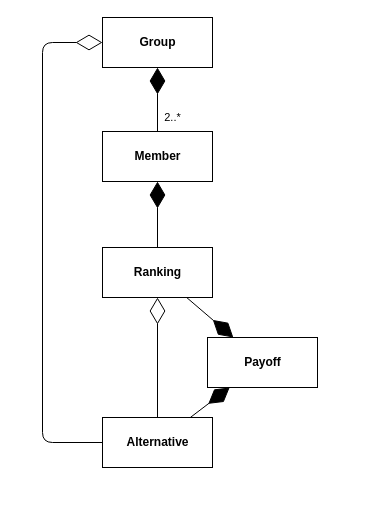
flaudanum/consensus keeps this draw.io diagram as docs/domain-model.drawio. Above is the earlier version. Source tidied: cells renumbered, new cells numbered last; positions are measured from the earlier drawing's top-left corner, leaving out a move shared by most shapes. Both pictures are drawn from the tidied source at 100%, with x=0, y=0 at pixel (42, 17).
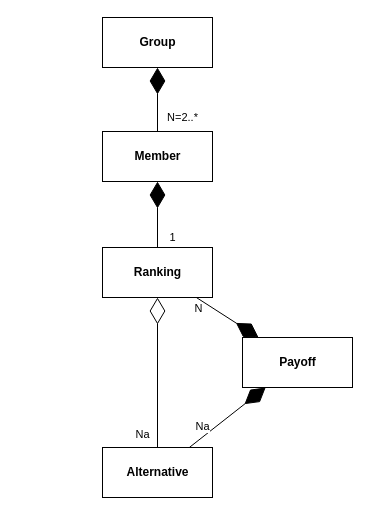
The same page after the edit.

Change to the diagram source:
```diff
@@
 <mxGraphModel>
   <root>
     <mxCell id="0" />
     <mxCell id="1" parent="0" />
     <mxCell id="2" value="&lt;b&gt;Member&lt;/b&gt;" style="html=1;" parent="1" vertex="1">
       <mxGeometry x="60" y="114" width="110" height="50" as="geometry" />
     </mxCell>
-    <mxCell id="3" style="edgeStyle=none;jettySize=auto;html=1;endArrow=diamondThin;endFill=0;endSize=24;" parent="1" edge="1" source="5" target="9">
-      <mxGeometry relative="1" as="geometry" />
+    <mxCell id="3" value="Na" style="edgeStyle=none;jettySize=auto;html=1;endArrow=diamondThin;endFill=0;endSize=24;" parent="1" edge="1" source="5" target="9">
+      <mxGeometry x="-0.83" y="15" relative="1" as="geometry" />
     </mxCell>
-    <mxCell id="4" style="edgeStyle=none;jettySize=auto;html=1;endArrow=diamondThin;endFill=1;endSize=24;" parent="1" edge="1" source="5" target="11">
-      <mxGeometry relative="1" as="geometry" />
+    <mxCell id="4" value="Na" style="edgeStyle=none;jettySize=auto;html=1;endArrow=diamondThin;endFill=1;endSize=24;" parent="1" edge="1" source="5" target="11">
+      <mxGeometry x="-0.53" y="8" relative="1" as="geometry" />
     </mxCell>
     <mxCell id="5" value="&lt;b&gt;Alternative&lt;/b&gt;" style="html=1;" parent="1" vertex="1">
-      <mxGeometry x="60" y="400" width="110" height="50" as="geometry" />
+      <mxGeometry x="60" y="430" width="110" height="50" as="geometry" />
     </mxCell>
     <mxCell id="6" value="&lt;b&gt;Group&lt;/b&gt;" style="html=1;" parent="1" vertex="1">
       <mxGeometry x="60" width="110" height="50" as="geometry" />
     </mxCell>
-    <mxCell id="7" style="edgeStyle=none;jettySize=auto;html=1;endArrow=diamondThin;endFill=1;endSize=24;" parent="1" edge="1" source="9" target="2">
-      <mxGeometry relative="1" as="geometry" />
+    <mxCell id="7" value="1" style="edgeStyle=none;jettySize=auto;html=1;endArrow=diamondThin;endFill=1;endSize=24;" parent="1" edge="1" source="9" target="2">
+      <mxGeometry x="-0.7" y="-15" relative="1" as="geometry" />
     </mxCell>
-    <mxCell id="8" style="edgeStyle=none;jettySize=auto;html=1;endArrow=diamondThin;endFill=1;endSize=24;" parent="1" edge="1" source="9" target="11">
-      <mxGeometry relative="1" as="geometry" />
+    <mxCell id="8" value="N" style="edgeStyle=none;jettySize=auto;html=1;endArrow=diamondThin;endFill=1;endSize=24;" parent="1" edge="1" source="9" target="11">
+      <mxGeometry x="-0.79" y="-8" relative="1" as="geometry" />
     </mxCell>
     <mxCell id="9" value="&lt;b&gt;Ranking&lt;/b&gt;" style="html=1;" parent="1" vertex="1">
       <mxGeometry x="60" y="230" width="110" height="50" as="geometry" />
     </mxCell>
-    <mxCell id="10" value="2..*" style="endArrow=diamondThin;endFill=1;endSize=24;html=1;" parent="1" edge="1" source="2" target="6">
-      <mxGeometry x="-0.56" y="-15" relative="1" as="geometry" />
+    <mxCell id="10" value="N=2..*" style="endArrow=diamondThin;endFill=1;endSize=24;html=1;" parent="1" edge="1" source="2" target="6">
+      <mxGeometry x="-0.56" y="-25" relative="1" as="geometry" />
     </mxCell>
     <mxCell id="11" value="&lt;b&gt;Payoff&lt;/b&gt;" style="html=1;" parent="1" vertex="1">
-      <mxGeometry x="165" y="320" width="110" height="50" as="geometry" />
+      <mxGeometry x="200" y="320" width="110" height="50" as="geometry" />
     </mxCell>
-    <mxCell id="12" style="edgeStyle=none;jettySize=auto;html=1;endArrow=diamondThin;endFill=0;endSize=24;" parent="1" edge="1" source="5" target="6">
-      <mxGeometry relative="1" as="geometry">
-        <Array as="points">
-          <mxPoint y="425" />
-          <mxPoint y="25" />
-        </Array>
-      </mxGeometry>
-    </mxCell>
   </root>
 </mxGraphModel>
```
